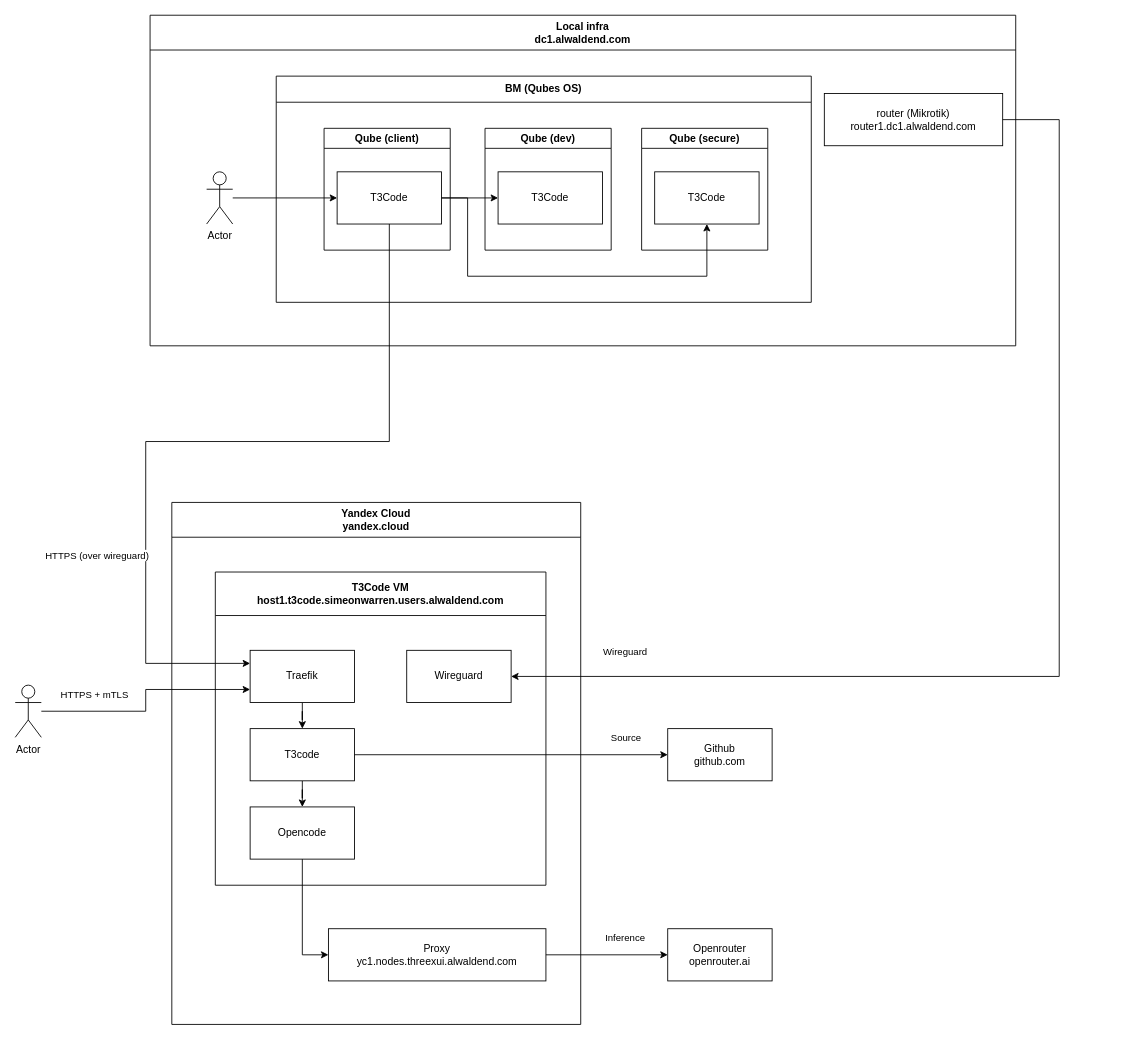
Above: page "T3code" (9 of 15) of infra/arch/arch.drawio in alwaldend/src (draw.io), before the change. Source tidied: cells renumbered, new cells numbered last; positions are measured from the earlier drawing's top-left corner, leaving out a move shared by most shapes. Both pictures are drawn from the tidied source at 87%, with x=0, y=0 at pixel (15, 15).
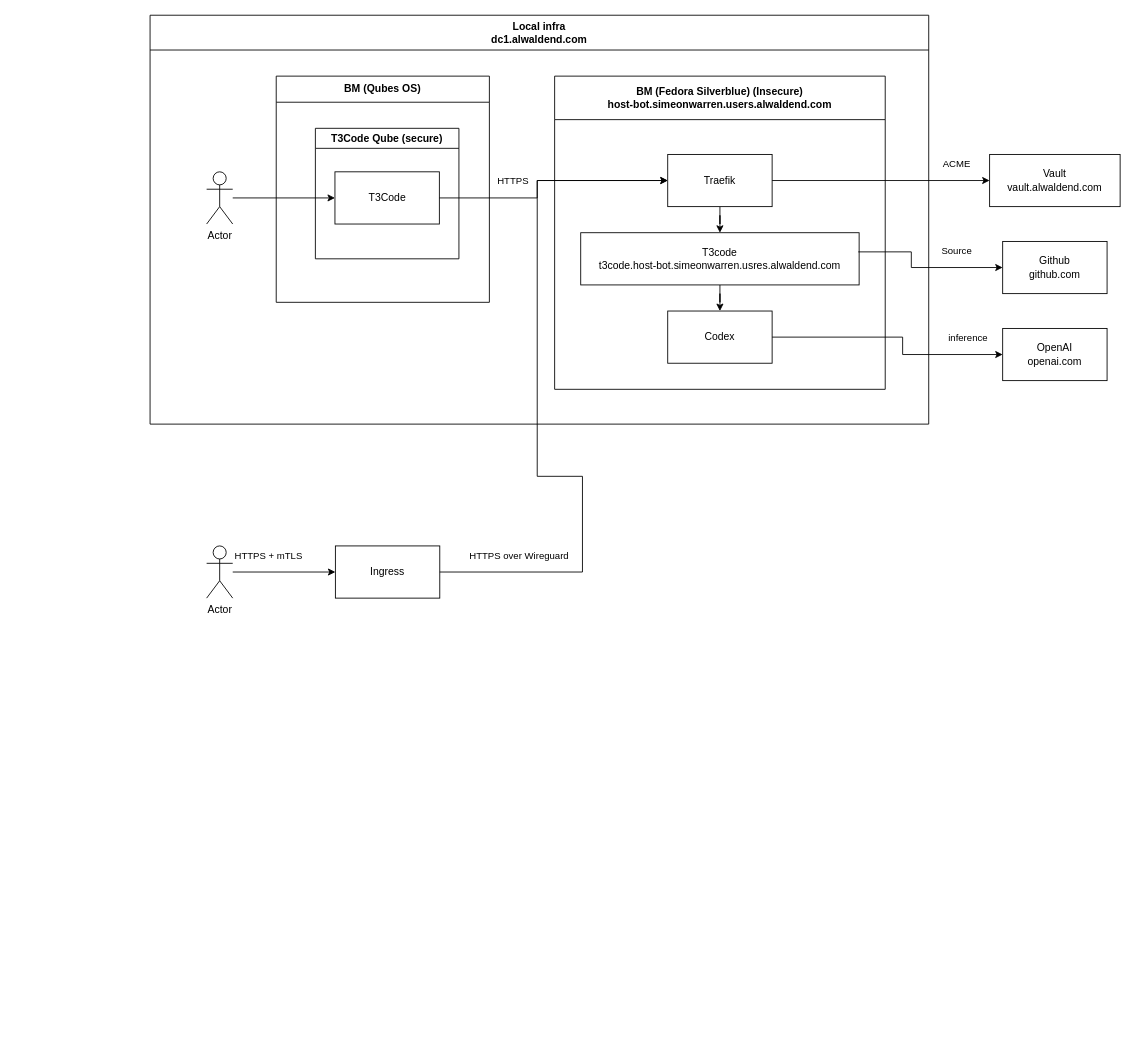
After the change.

Commit message (it also covers changes not shown here):
Fix host_bot's traefik deploy

Diff of the diagram source:
```diff
@@
-    <mxCell id="2" value="Yandex Cloud&lt;div&gt;yandex.cloud&lt;/div&gt;" style="swimlane;whiteSpace=wrap;html=1;startSize=40;" parent="1" vertex="1">
-      <mxGeometry x="180" y="560" width="470" height="600" as="geometry" />
-    </mxCell>
-    <mxCell id="3" value="T3Code VM&lt;div&gt;host1.t3code.simeonwarren.users.alwaldend.com&lt;/div&gt;" style="swimlane;whiteSpace=wrap;html=1;startSize=50;" parent="2" vertex="1">
-      <mxGeometry x="50" y="80" width="380" height="360" as="geometry" />
-    </mxCell>
-    <mxCell id="4" style="edgeStyle=orthogonalEdgeStyle;rounded=0;jettySize=auto;html=1;entryX=0.5;entryY=0;entryDx=0;entryDy=0;" parent="3" edge="1" source="5" target="7">
-      <mxGeometry relative="1" as="geometry" />
-    </mxCell>
-    <mxCell id="5" value="Traefik" style="rounded=0;whiteSpace=wrap;html=1;" parent="3" vertex="1">
-      <mxGeometry x="40" y="90" width="120" height="60" as="geometry" />
-    </mxCell>
-    <mxCell id="6" style="edgeStyle=orthogonalEdgeStyle;rounded=0;jettySize=auto;html=1;entryX=0.5;entryY=0;entryDx=0;entryDy=0;" parent="3" edge="1" source="7" target="8">
-      <mxGeometry relative="1" as="geometry" />
-    </mxCell>
-    <mxCell id="7" value="T3code" style="rounded=0;whiteSpace=wrap;html=1;" parent="3" vertex="1">
-      <mxGeometry x="40" y="180" width="120" height="60" as="geometry" />
-    </mxCell>
-    <mxCell id="8" value="Opencode" style="rounded=0;whiteSpace=wrap;html=1;" parent="3" vertex="1">
-      <mxGeometry x="40" y="270" width="120" height="60" as="geometry" />
-    </mxCell>
-    <mxCell id="9" value="Wireguard" style="rounded=0;whiteSpace=wrap;html=1;" parent="3" vertex="1">
-      <mxGeometry x="220" y="90" width="120" height="60" as="geometry" />
-    </mxCell>
-    <mxCell id="10" value="Proxy&lt;div&gt;yc1.nodes.threexui.alwaldend.com&lt;/div&gt;" style="rounded=0;whiteSpace=wrap;html=1;" parent="2" vertex="1">
-      <mxGeometry x="180" y="490" width="250" height="60" as="geometry" />
-    </mxCell>
-    <mxCell id="11" style="edgeStyle=orthogonalEdgeStyle;rounded=0;jettySize=auto;html=1;entryX=0;entryY=0.5;entryDx=0;entryDy=0;exitX=0.5;exitY=1;exitDx=0;exitDy=0;" parent="2" edge="1" source="8" target="10">
-      <mxGeometry relative="1" as="geometry" />
-    </mxCell>
-    <mxCell id="12" value="Openrouter&lt;br&gt;openrouter.ai" style="rounded=0;whiteSpace=wrap;html=1;" parent="1" vertex="1">
-      <mxGeometry x="750" y="1050" width="120" height="60" as="geometry" />
+    <mxCell id="12" value="OpenAI&lt;div&gt;openai.com&lt;/div&gt;" style="rounded=0;whiteSpace=wrap;html=1;" parent="1" vertex="1">
+      <mxGeometry x="1135" y="360" width="120" height="60" as="geometry" />
     </mxCell>
-    <mxCell id="13" style="edgeStyle=orthogonalEdgeStyle;rounded=0;jettySize=auto;html=1;entryX=0;entryY=0.5;entryDx=0;entryDy=0;" parent="1" edge="1" source="10" target="12">
-      <mxGeometry relative="1" as="geometry" />
-    </mxCell>
-    <mxCell id="14" value="Inference" style="edgeLabel;html=1;align=center;verticalAlign=middle;" parent="13" vertex="1">
-      <mxGeometry x="-0.16" y="3" relative="1" as="geometry">
-        <mxPoint x="31" y="-17" as="offset" />
-      </mxGeometry>
-    </mxCell>
-    <mxCell id="15" style="edgeStyle=orthogonalEdgeStyle;rounded=0;jettySize=auto;html=1;entryX=0;entryY=0.75;entryDx=0;entryDy=0;" parent="1" edge="1" source="17" target="5">
+    <mxCell id="15" style="edgeStyle=orthogonalEdgeStyle;rounded=0;jettySize=auto;html=1;entryX=0;entryY=0.5;entryDx=0;entryDy=0;" parent="1" edge="1" source="17" target="49">
       <mxGeometry relative="1" as="geometry" />
     </mxCell>
@@
     <mxCell id="17" value="Actor" style="shape=umlActor;verticalLabelPosition=bottom;verticalAlign=top;html=1;outlineConnect=0;" parent="1" vertex="1">
-      <mxGeometry y="770" width="30" height="60" as="geometry" />
+      <mxGeometry x="220" y="610" width="30" height="60" as="geometry" />
     </mxCell>
-    <mxCell id="18" value="Local infra&lt;br&gt;dc1.alwaldend.com" style="swimlane;whiteSpace=wrap;html=1;startSize=40;" parent="1" vertex="1">
-      <mxGeometry x="155" width="995" height="380" as="geometry" />
+    <mxCell id="18" value="Local infra&lt;div&gt;dc1.alwaldend.com&lt;/div&gt;" style="swimlane;whiteSpace=wrap;html=1;startSize=40;" parent="1" vertex="1">
+      <mxGeometry x="155" width="895" height="470" as="geometry" />
     </mxCell>
     <mxCell id="19" value="BM (Qubes OS)" style="swimlane;whiteSpace=wrap;html=1;startSize=30;" parent="18" vertex="1">
-      <mxGeometry x="145" y="70" width="615" height="260" as="geometry" />
+      <mxGeometry x="145" y="70" width="245" height="260" as="geometry" />
     </mxCell>
-    <mxCell id="20" value="Qube (client)" style="swimlane;whiteSpace=wrap;html=1;" parent="19" vertex="1">
-      <mxGeometry x="55" y="60" width="145" height="140" as="geometry" />
+    <mxCell id="20" value="T3Code Qube (secure)" style="swimlane;whiteSpace=wrap;html=1;" parent="19" vertex="1">
+      <mxGeometry x="45" y="60" width="165" height="150" as="geometry" />
     </mxCell>
     <mxCell id="21" value="T3Code" style="rounded=0;whiteSpace=wrap;html=1;" parent="20" vertex="1">
-      <mxGeometry x="15" y="50" width="120" height="60" as="geometry" />
+      <mxGeometry x="22.5" y="50" width="120" height="60" as="geometry" />
     </mxCell>
-    <mxCell id="22" value="Qube (dev)" style="swimlane;whiteSpace=wrap;html=1;" parent="19" vertex="1">
-      <mxGeometry x="240" y="60" width="145" height="140" as="geometry" />
-    </mxCell>
-    <mxCell id="23" value="T3Code" style="rounded=0;whiteSpace=wrap;html=1;" parent="22" vertex="1">
-      <mxGeometry x="15" y="50" width="120" height="60" as="geometry" />
-    </mxCell>
-    <mxCell id="24" value="Qube (secure)" style="swimlane;whiteSpace=wrap;html=1;" parent="19" vertex="1">
-      <mxGeometry x="420" y="60" width="145" height="140" as="geometry" />
-    </mxCell>
-    <mxCell id="25" value="T3Code" style="rounded=0;whiteSpace=wrap;html=1;" parent="24" vertex="1">
-      <mxGeometry x="15" y="50" width="120" height="60" as="geometry" />
-    </mxCell>
-    <mxCell id="26" style="edgeStyle=orthogonalEdgeStyle;rounded=0;jettySize=auto;html=1;entryX=0;entryY=0.5;entryDx=0;entryDy=0;" parent="19" edge="1" source="21" target="23">
-      <mxGeometry relative="1" as="geometry" />
-    </mxCell>
-    <mxCell id="27" style="edgeStyle=orthogonalEdgeStyle;rounded=0;jettySize=auto;html=1;entryX=0.5;entryY=1;entryDx=0;entryDy=0;" parent="19" edge="1" source="21" target="25">
-      <mxGeometry relative="1" as="geometry">
-        <Array as="points">
-          <mxPoint x="220" y="140" />
-          <mxPoint x="220" y="230" />
-          <mxPoint x="495" y="230" />
-        </Array>
-      </mxGeometry>
-    </mxCell>
@@
-    <mxCell id="30" value="router (Mikrotik)&lt;br&gt;router1.dc1.alwaldend.com" style="rounded=0;whiteSpace=wrap;html=1;" parent="18" vertex="1">
-      <mxGeometry x="775" y="90" width="205" height="60" as="geometry" />
-    </mxCell>
-    <mxCell id="31" style="edgeStyle=orthogonalEdgeStyle;rounded=0;jettySize=auto;html=1;entryX=1;entryY=0.5;entryDx=0;entryDy=0;exitX=1;exitY=0.5;exitDx=0;exitDy=0;" parent="1" edge="1" source="30" target="9">
-      <mxGeometry relative="1" as="geometry">
-        <Array as="points">
-          <mxPoint x="1200" y="120" />
-          <mxPoint x="1200" y="760" />
-        </Array>
-      </mxGeometry>
-    </mxCell>
-    <mxCell id="32" value="Wireguard" style="edgeLabel;html=1;align=center;verticalAlign=middle;" parent="31" vertex="1">
-      <mxGeometry x="-0.42" y="-2" relative="1" as="geometry">
-        <mxPoint x="-498" y="289" as="offset" />
-      </mxGeometry>
-    </mxCell>
+    <mxCell id="38" value="BM (Fedora Silverblue) (Insecure)&lt;div&gt;host-bot.simeonwarren.users.alwaldend.com&lt;/div&gt;" style="swimlane;whiteSpace=wrap;html=1;startSize=50;" parent="18" vertex="1">
+      <mxGeometry x="465" y="70" width="380" height="360" as="geometry" />
+    </mxCell>
+    <mxCell id="39" style="edgeStyle=orthogonalEdgeStyle;rounded=0;jettySize=auto;html=1;entryX=0.5;entryY=0;entryDx=0;entryDy=0;" parent="38" edge="1" source="5" target="41">
+      <mxGeometry relative="1" as="geometry" />
+    </mxCell>
+    <mxCell id="5" value="Traefik" style="rounded=0;whiteSpace=wrap;html=1;" parent="38" vertex="1">
+      <mxGeometry x="130" y="90" width="120" height="60" as="geometry" />
+    </mxCell>
+    <mxCell id="40" style="edgeStyle=orthogonalEdgeStyle;rounded=0;jettySize=auto;html=1;entryX=0.5;entryY=0;entryDx=0;entryDy=0;" parent="38" edge="1" source="41" target="42">
+      <mxGeometry relative="1" as="geometry" />
+    </mxCell>
+    <mxCell id="41" value="T3code&lt;br&gt;t3code.host-bot.simeonwarren.usres.alwaldend.com" style="rounded=0;whiteSpace=wrap;html=1;" parent="38" vertex="1">
+      <mxGeometry x="30" y="180" width="320" height="60" as="geometry" />
+    </mxCell>
+    <mxCell id="42" value="Codex" style="rounded=0;whiteSpace=wrap;html=1;" parent="38" vertex="1">
+      <mxGeometry x="130" y="270" width="120" height="60" as="geometry" />
+    </mxCell>
-    <mxCell id="33" style="edgeStyle=orthogonalEdgeStyle;rounded=0;jettySize=auto;html=1;entryX=0;entryY=0.25;entryDx=0;entryDy=0;exitX=0.5;exitY=1;exitDx=0;exitDy=0;" parent="1" edge="1" source="21" target="5">
+    <mxCell id="33" style="edgeStyle=orthogonalEdgeStyle;rounded=0;jettySize=auto;html=1;entryX=0;entryY=0.5;entryDx=0;entryDy=0;" parent="18" edge="1" source="21" target="5">
       <mxGeometry relative="1" as="geometry">
         <Array as="points">
-          <mxPoint x="430" y="490" />
-          <mxPoint x="150" y="490" />
-          <mxPoint x="150" y="745" />
+          <mxPoint x="445" y="210" />
+          <mxPoint x="445" y="190" />
         </Array>
       </mxGeometry>
     </mxCell>
-    <mxCell id="34" value="HTTPS (over wireguard)" style="edgeLabel;html=1;align=center;verticalAlign=middle;" parent="33" vertex="1">
-      <mxGeometry x="-0.15" y="1" relative="1" as="geometry">
-        <mxPoint x="-202" y="129" as="offset" />
-      </mxGeometry>
-    </mxCell>
+    <mxCell id="43" value="HTTPS" style="edgeLabel;html=1;align=center;verticalAlign=middle;" parent="33" vertex="1">
+      <mxGeometry x="-0.43" y="1" relative="1" as="geometry">
+        <mxPoint x="3" y="-19" as="offset" />
+      </mxGeometry>
+    </mxCell>
     <mxCell id="35" value="Github&lt;br&gt;github.com" style="rounded=0;whiteSpace=wrap;html=1;" parent="1" vertex="1">
-      <mxGeometry x="750" y="820" width="120" height="60" as="geometry" />
+      <mxGeometry x="1135" y="260" width="120" height="60" as="geometry" />
     </mxCell>
-    <mxCell id="36" style="edgeStyle=orthogonalEdgeStyle;rounded=0;jettySize=auto;html=1;entryX=0;entryY=0.5;entryDx=0;entryDy=0;" parent="1" edge="1" source="7" target="35">
-      <mxGeometry relative="1" as="geometry" />
+    <mxCell id="36" style="edgeStyle=orthogonalEdgeStyle;rounded=0;jettySize=auto;html=1;entryX=0;entryY=0.5;entryDx=0;entryDy=0;exitX=0.997;exitY=0.367;exitDx=0;exitDy=0;exitPerimeter=0;" parent="1" edge="1" source="41" target="35">
+      <mxGeometry relative="1" as="geometry">
+        <Array as="points">
+          <mxPoint x="1030" y="272" />
+          <mxPoint x="1030" y="290" />
+        </Array>
+      </mxGeometry>
     </mxCell>
     <mxCell id="37" value="Source" style="edgeLabel;html=1;align=center;verticalAlign=middle;" parent="36" vertex="1">
       <mxGeometry x="0.42" y="-4" relative="1" as="geometry">
-        <mxPoint x="55" y="-24" as="offset" />
+        <mxPoint x="-1" y="-24" as="offset" />
       </mxGeometry>
     </mxCell>
+    <mxCell id="44" value="Vault&lt;div&gt;vault.alwaldend.com&lt;/div&gt;" style="rounded=0;whiteSpace=wrap;html=1;" parent="1" vertex="1">
+      <mxGeometry x="1120" y="160" width="150" height="60" as="geometry" />
+    </mxCell>
+    <mxCell id="45" style="edgeStyle=orthogonalEdgeStyle;rounded=0;jettySize=auto;html=1;entryX=0;entryY=0.5;entryDx=0;entryDy=0;exitX=1;exitY=0.5;exitDx=0;exitDy=0;" parent="1" edge="1" source="5" target="44">
+      <mxGeometry relative="1" as="geometry" />
+    </mxCell>
+    <mxCell id="46" value="ACME" style="edgeLabel;html=1;align=center;verticalAlign=middle;" parent="45" vertex="1">
+      <mxGeometry x="0.67" y="-4" relative="1" as="geometry">
+        <mxPoint x="2" y="-24" as="offset" />
+      </mxGeometry>
+    </mxCell>
+    <mxCell id="47" style="edgeStyle=orthogonalEdgeStyle;rounded=0;jettySize=auto;html=1;entryX=0;entryY=0.5;entryDx=0;entryDy=0;exitX=1;exitY=0.5;exitDx=0;exitDy=0;" parent="1" edge="1" source="42" target="12">
+      <mxGeometry relative="1" as="geometry">
+        <Array as="points">
+          <mxPoint x="1020" y="370" />
+          <mxPoint x="1020" y="390" />
+        </Array>
+      </mxGeometry>
+    </mxCell>
+    <mxCell id="48" value="inference" style="edgeLabel;html=1;align=center;verticalAlign=middle;" parent="47" vertex="1">
+      <mxGeometry x="0.71" y="3" relative="1" as="geometry">
+        <mxPoint y="-17" as="offset" />
+      </mxGeometry>
+    </mxCell>
+    <mxCell id="49" value="Ingress" style="rounded=0;whiteSpace=wrap;html=1;" parent="1" vertex="1">
+      <mxGeometry x="368" y="610" width="120" height="60" as="geometry" />
+    </mxCell>
+    <mxCell id="50" style="edgeStyle=orthogonalEdgeStyle;rounded=0;jettySize=auto;html=1;entryX=0;entryY=0.5;entryDx=0;entryDy=0;exitX=1;exitY=0.5;exitDx=0;exitDy=0;" parent="1" edge="1" source="49" target="5">
+      <mxGeometry relative="1" as="geometry">
+        <Array as="points">
+          <mxPoint x="652" y="640" />
+          <mxPoint x="652" y="530" />
+          <mxPoint x="600" y="530" />
+          <mxPoint x="600" y="190" />
+        </Array>
+      </mxGeometry>
+    </mxCell>
+    <mxCell id="51" value="HTTPS over Wireguard" style="edgeLabel;html=1;align=center;verticalAlign=middle;" parent="50" vertex="1">
+      <mxGeometry x="-0.72" y="-3" relative="1" as="geometry">
+        <mxPoint x="-24" y="-23" as="offset" />
+      </mxGeometry>
+    </mxCell>
```
